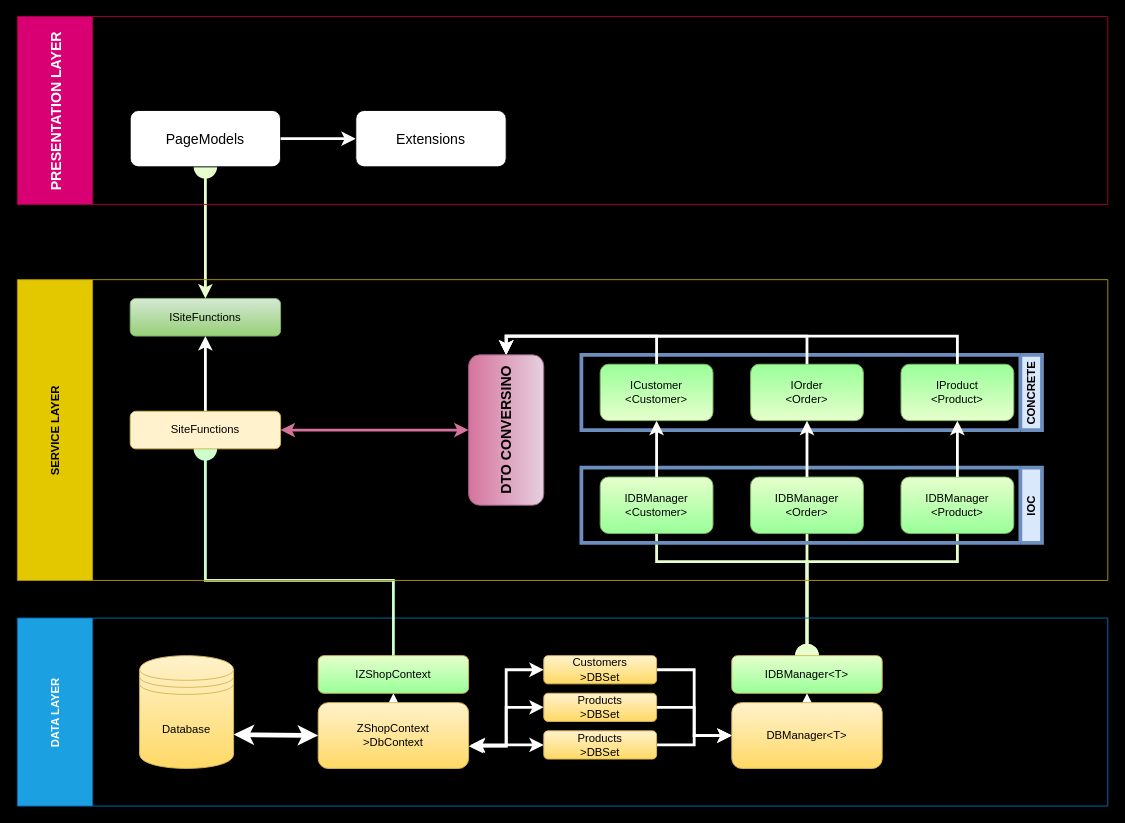
Above: Data Models.drawio in ZharaX/zShop (draw.io), before the change. Source tidied: cells renumbered, new cells numbered last; positions are measured from the earlier drawing's top-left corner, leaving out a move shared by most shapes. Both pictures are drawn from the tidied source at 94%, with x=0, y=0 at pixel (17, 16).
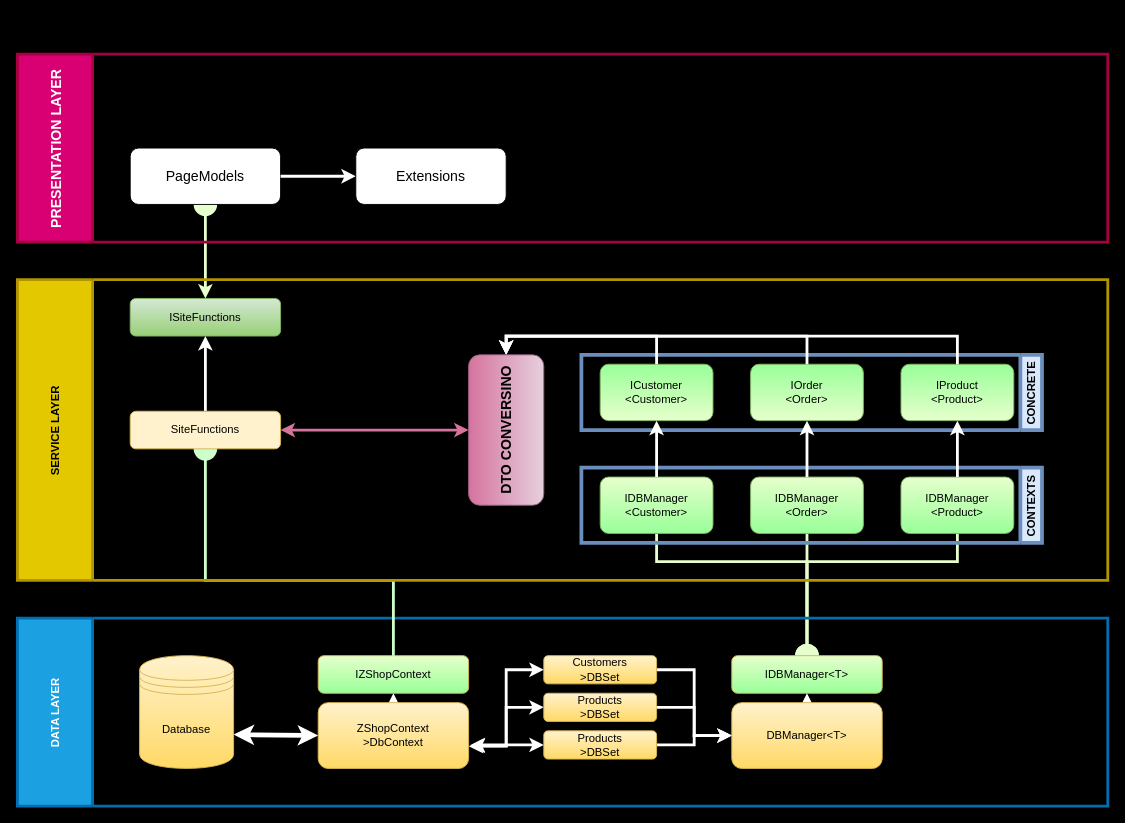
The same page after the edit.

The edit, as a diff of the source:
```diff
@@
-    <mxCell id="6" value="DATA LAYER" style="swimlane;horizontal=0;startSize=80;fillColor=#1ba1e2;strokeColor=#006EAF;fontColor=#ffffff;" parent="1" vertex="1">
+    <mxCell id="6" value="DATA LAYER" style="swimlane;horizontal=0;startSize=80;fillColor=#1ba1e2;strokeColor=#006EAF;fontColor=#ffffff;strokeWidth=3;" parent="1" vertex="1">
       <mxGeometry y="640" width="1160" height="200" as="geometry" />
     </mxCell>
@@
-    <mxCell id="25" value="SERVICE LAYER" style="swimlane;horizontal=0;startSize=80;fillColor=#e3c800;fontColor=#000000;strokeColor=#B09500;fontSize=12;" parent="1" vertex="1">
+    <mxCell id="25" value="SERVICE LAYER" style="swimlane;horizontal=0;startSize=80;fillColor=#e3c800;fontColor=#000000;strokeColor=#B09500;fontSize=12;strokeWidth=3;" parent="1" vertex="1">
       <mxGeometry y="280" width="1160" height="320" as="geometry" />
     </mxCell>
-    <mxCell id="26" value="IOC" style="swimlane;horizontal=0;fontSize=12;fillColor=#dae8fc;gradientDirection=north;flipH=1;strokeColor=#6c8ebf;strokeWidth=4;" parent="25" vertex="1">
+    <mxCell id="26" value="CONTEXTS" style="swimlane;horizontal=0;fontSize=12;fillColor=#dae8fc;gradientDirection=north;flipH=1;strokeColor=#6c8ebf;strokeWidth=4;" parent="25" vertex="1">
       <mxGeometry x="600" y="200" width="490" height="80" as="geometry" />
     </mxCell>
@@
-    <mxCell id="45" value="PRESENTATION LAYER" style="swimlane;horizontal=0;fontSize=15;fillColor=#d80073;gradientDirection=north;startSize=80;strokeColor=#A50040;fontColor=#ffffff;" parent="1" vertex="1">
-      <mxGeometry width="1160" height="200" as="geometry" />
+    <mxCell id="45" value="PRESENTATION LAYER" style="swimlane;horizontal=0;fontSize=15;fillColor=#d80073;gradientDirection=north;startSize=80;strokeColor=#A50040;fontColor=#ffffff;strokeWidth=3;" parent="1" vertex="1">
+      <mxGeometry y="40" width="1160" height="200" as="geometry" />
     </mxCell>
```
